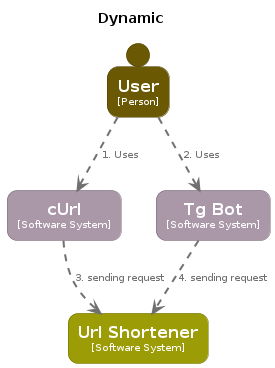
This is architecture/diagrams/structurizr-Dynamic-001.png from neojelll/url-shortener, a PlantUML export, as it was before one commit.
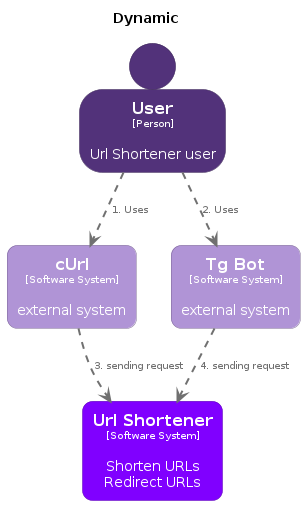
The same file after the commit.

Commit message:
chores(C4 diagrams): Update Structurizr diagrams

Change to the diagram source:
```diff
@@ -14,37 +14,37 @@
 hide stereotype
 
 skinparam rectangle<<TgBot>> {
-  BackgroundColor #aa98a9
+  BackgroundColor #b094d6
   FontColor #ffffff
-  BorderColor #766a76
+  BorderColor #7b6795
   roundCorner 20
   shadowing false
 }
 skinparam rectangle<<UrlShortener>> {
-  BackgroundColor #9c9c06
+  BackgroundColor #8000ff
   FontColor #ffffff
-  BorderColor #6d6d04
+  BorderColor #5900b2
   roundCorner 20
   shadowing false
 }
 skinparam person<<User>> {
-  BackgroundColor #6b5802
+  BackgroundColor #52327a
   FontColor #ffffff
-  BorderColor #4a3d01
+  BorderColor #392355
   shadowing false
 }
 skinparam rectangle<<cUrl>> {
-  BackgroundColor #aa98a9
+  BackgroundColor #b094d6
   FontColor #ffffff
-  BorderColor #766a76
+  BorderColor #7b6795
   roundCorner 20
   shadowing false
 }
 
-person "==User\n<size:10>[Person]</size>" <<User>> as User
-rectangle "==cUrl\n<size:10>[Software System]</size>" <<cUrl>> as cUrl
-rectangle "==Tg Bot\n<size:10>[Software System]</size>" <<TgBot>> as TgBot
-rectangle "==Url Shortener\n<size:10>[Software System]</size>" <<UrlShortener>> as UrlShortener
+person "==User\n<size:10>[Person]</size>\n\nUrl Shortener user" <<User>> as User
+rectangle "==cUrl\n<size:10>[Software System]</size>\n\nexternal system" <<cUrl>> as cUrl
+rectangle "==Tg Bot\n<size:10>[Software System]</size>\n\nexternal system" <<TgBot>> as TgBot
+rectangle "==Url Shortener\n<size:10>[Software System]</size>\n\nShorten URLs\nRedirect URLs" <<UrlShortener>> as UrlShortener
 User .[#707070,thickness=2].> cUrl : "<color:#707070>1. Uses"
 User .[#707070,thickness=2].> TgBot : "<color:#707070>2. Uses"
 cUrl .[#707070,thickness=2].> UrlShortener : "<color:#707070>3. sending request"
```
